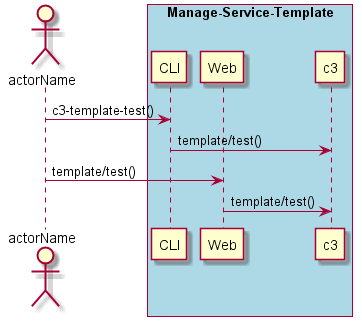
The PlantUML diagram docs/UseCases/Manage-Service-Template/Launch-and-Test-Service-Template.png in CAADE/C3, before a commit. Source of this version:
```plantuml
@startuml
Actor "actorName" as A

box "Manage-Service-Template" #lightblue
participant CLI as CLI
participant Web as Web
participant "c3" as S
A -> CLI : c3-template-test()
CLI -> S : template/test()
A -> Web : template/test()
Web -> S : template/test()
end box

@enduml
```
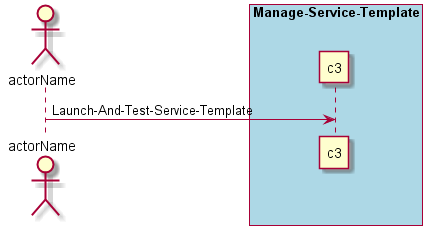
After the commit.

Commit message:
Updates to documents colors and formating.

Change to the diagram source:
```diff
@@ -2,13 +2,8 @@
 Actor "actorName" as A
 
 box "Manage-Service-Template" #lightblue
-participant CLI as CLI
-participant Web as Web
 participant "c3" as S
-A -> CLI : c3-template-test()
-CLI -> S : template/test()
-A -> Web : template/test()
-Web -> S : template/test()
+A -> S : Launch-And-Test-Service-Template
 end box
 
 @enduml
```
